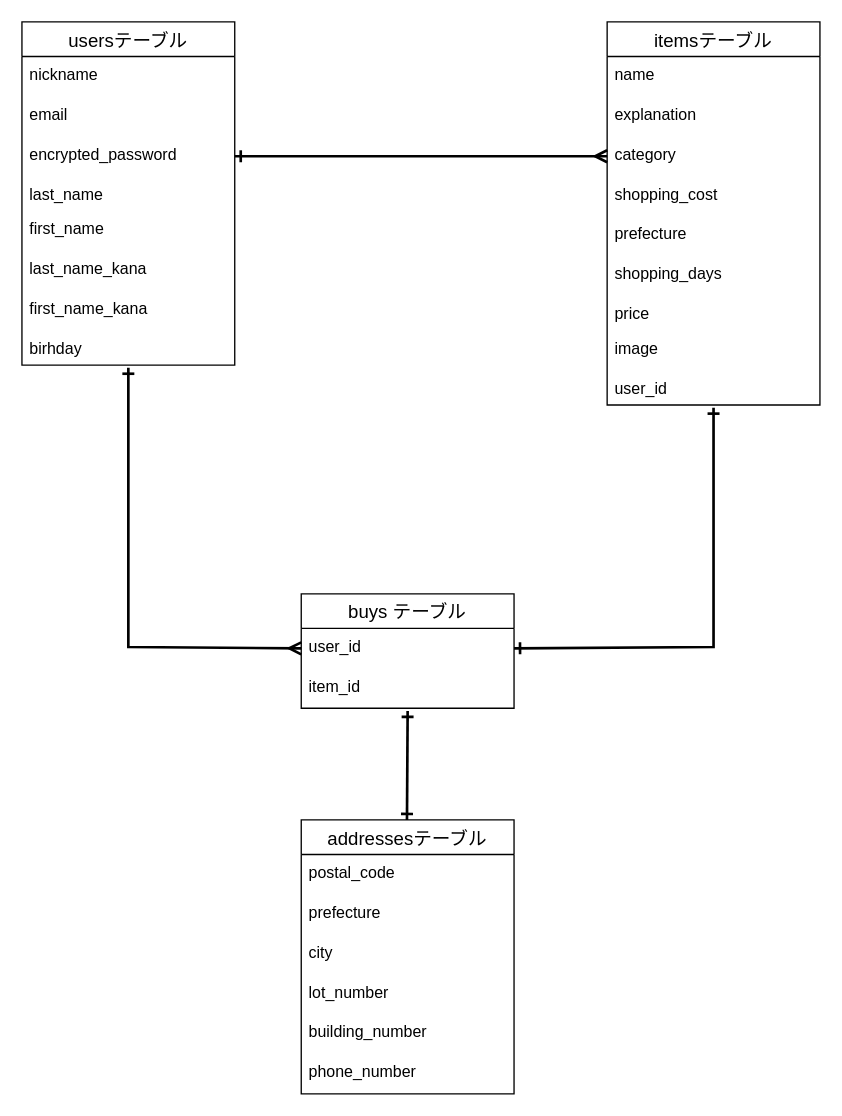
This is furima.dio from Tatsuhiro-Kajiya/furima-32575, a draw.io file, before an edit. Source tidied: cells renumbered, new cells numbered last; positions are measured from the earlier drawing's top-left corner, leaving out a move shared by most shapes. Both pictures are drawn from the tidied source at 133%, with x=0, y=0 at pixel (21, 21).
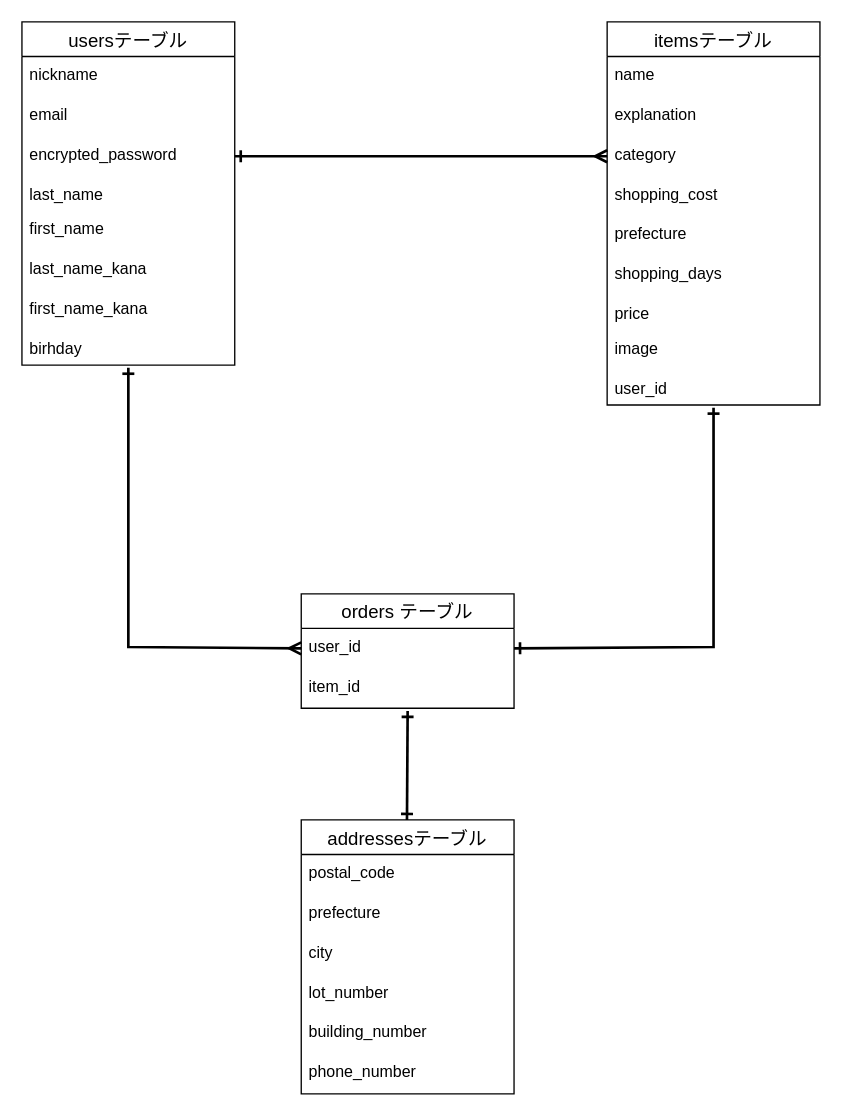
The same page after the edit.

The edit, as a diff of the source:
```diff
@@
-    <mxCell id="32" value="buys テーブル" style="swimlane;fontStyle=0;horizontal=1;startSize=26;align=center;fontSize=14;" parent="1" vertex="1">
+    <mxCell id="32" value="orders テーブル" style="swimlane;fontStyle=0;horizontal=1;startSize=26;align=center;fontSize=14;" parent="1" vertex="1">
       <mxGeometry x="210" y="430" width="160" height="86" as="geometry" />
     </mxCell>
```
